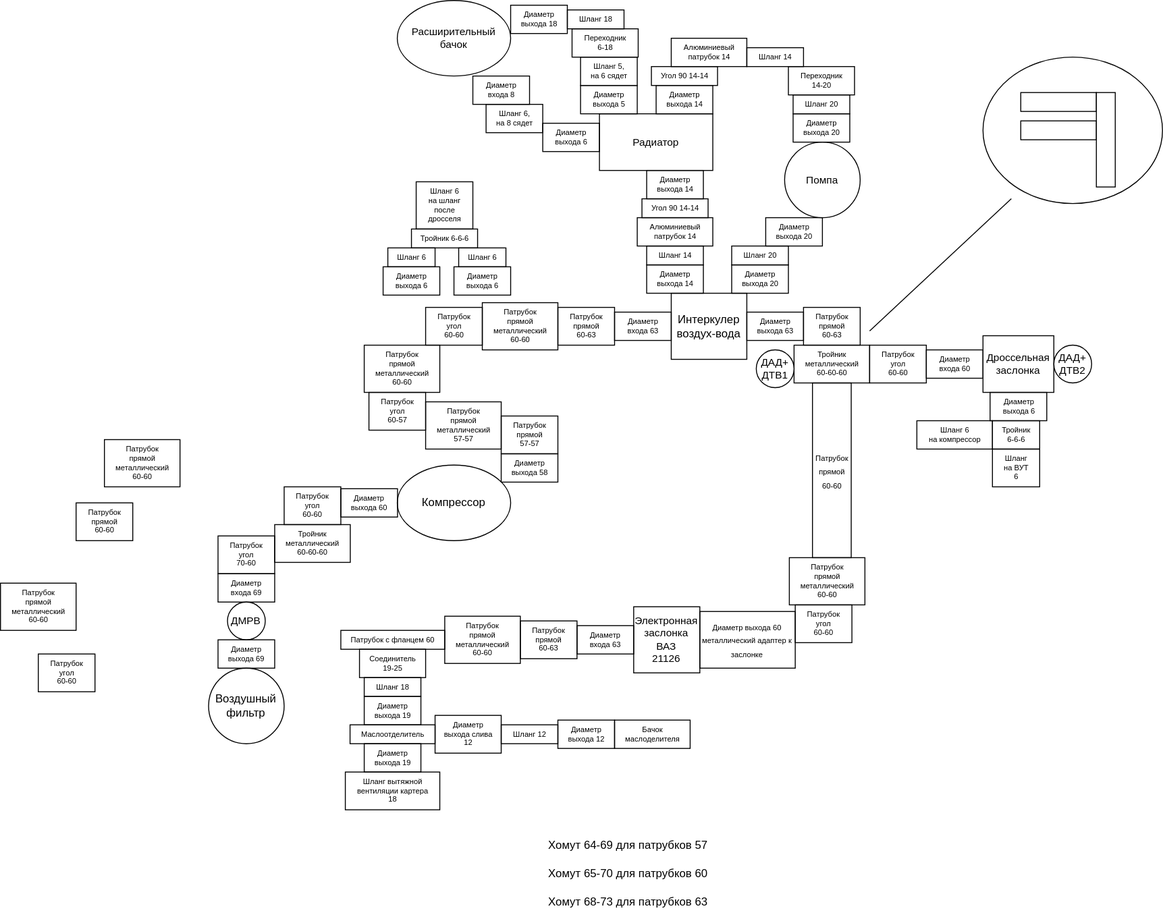
Earlier version of the draw.io export pipes_scheme.drawio.svg (kak-tus/compressor). Source tidied: cells renumbered, new cells last; positions are measured from the earlier drawing's top-left corner, leaving out a move shared by most shapes.
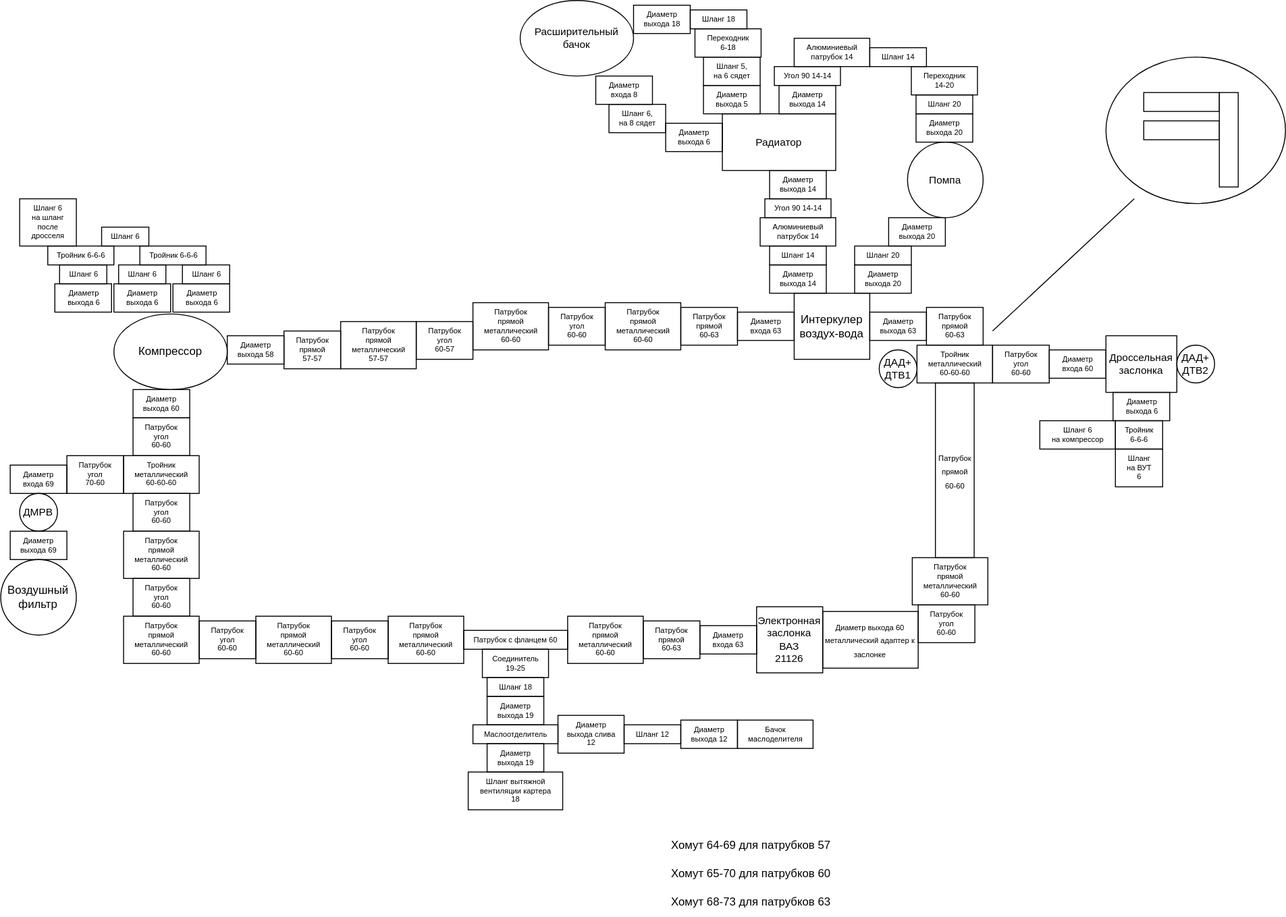
Later version of the same file.

Commit message:
Near to final pipes install.

The edit, as a diff of the source:
```diff
@@ -3,10 +3,10 @@
     <mxCell id="0" />
     <mxCell id="1" parent="0" />
     <mxCell id="2" value="Воздушный фильтр" style="ellipse;whiteSpace=wrap;html=1;" parent="1" vertex="1">
-      <mxGeometry x="220.2" y="707" width="80" height="80" as="geometry" />
+      <mxGeometry x="-129.8" y="592" width="80" height="80" as="geometry" />
     </mxCell>
     <mxCell id="3" value="Компрессор" style="ellipse;whiteSpace=wrap;html=1;" parent="1" vertex="1">
-      <mxGeometry x="420" y="492" width="120" height="80" as="geometry" />
+      <mxGeometry x="-10" y="332" width="120" height="80" as="geometry" />
     </mxCell>
     <mxCell id="4" value="Интеркулер&lt;br&gt;воздух-вода" style="rounded=0;whiteSpace=wrap;html=1;" parent="1" vertex="1">
       <mxGeometry x="710" y="310" width="80" height="70" as="geometry" />
@@ -30,7 +30,7 @@
       <mxGeometry x="830" y="150" width="80" height="80" as="geometry" />
     </mxCell>
     <mxCell id="11" value="ДМРВ" style="ellipse;whiteSpace=wrap;html=1;fontFamily=Helvetica;fontSize=11;fontColor=default;" parent="1" vertex="1">
-      <mxGeometry x="240.2" y="637" width="40" height="40" as="geometry" />
+      <mxGeometry x="-109.8" y="522" width="40" height="40" as="geometry" />
     </mxCell>
     <mxCell id="12" value="Диаметр&lt;br style=&quot;font-size: 8px;&quot;&gt;входа 63" style="text;html=1;align=center;verticalAlign=middle;strokeColor=default;fillColor=none;fontSize=8;" parent="1" vertex="1">
       <mxGeometry x="650" y="330" width="60" height="30" as="geometry" />
@@ -39,10 +39,10 @@
       <mxGeometry x="790" y="330" width="60" height="30" as="geometry" />
     </mxCell>
     <mxCell id="14" value="Диаметр&lt;br style=&quot;font-size: 8px;&quot;&gt;выхода 58" style="text;html=1;align=center;verticalAlign=middle;strokeColor=default;fillColor=none;fontSize=8;" parent="1" vertex="1">
-      <mxGeometry x="530" y="480" width="60" height="30" as="geometry" />
+      <mxGeometry x="110" y="355" width="60" height="30" as="geometry" />
     </mxCell>
     <mxCell id="15" value="Диаметр&lt;br style=&quot;font-size: 8px;&quot;&gt;входа 69" style="text;html=1;align=center;verticalAlign=middle;strokeColor=default;fillColor=none;fontSize=8;" parent="1" vertex="1">
-      <mxGeometry x="230.2" y="607" width="60" height="30" as="geometry" />
+      <mxGeometry x="-119.8" y="492" width="60" height="30" as="geometry" />
     </mxCell>
     <mxCell id="16" value="Диаметр&lt;br style=&quot;font-size: 8px;&quot;&gt;входа 60" style="text;html=1;align=center;verticalAlign=middle;strokeColor=default;fillColor=none;fontSize=8;" parent="1" vertex="1">
       <mxGeometry x="980" y="370" width="60" height="30" as="geometry" />
@@ -60,10 +60,10 @@
       <mxGeometry x="550.2" y="657" width="60" height="40" as="geometry" />
     </mxCell>
     <mxCell id="21" value="Тройник&lt;br&gt;металлический&lt;br&gt;60-60-60" style="text;html=1;align=center;verticalAlign=middle;strokeColor=default;fillColor=none;fontSize=8;" parent="1" vertex="1">
-      <mxGeometry x="290.2" y="555" width="80" height="40" as="geometry" />
+      <mxGeometry x="0.2" y="482" width="80" height="40" as="geometry" />
     </mxCell>
     <mxCell id="22" value="Диаметр&lt;br style=&quot;font-size: 8px;&quot;&gt;выхода 69" style="text;html=1;align=center;verticalAlign=middle;strokeColor=default;fillColor=none;fontSize=8;" parent="1" vertex="1">
-      <mxGeometry x="230.2" y="677" width="60" height="30" as="geometry" />
+      <mxGeometry x="-119.8" y="562" width="60" height="30" as="geometry" />
     </mxCell>
     <mxCell id="23" value="Диаметр&lt;br style=&quot;font-size: 8px;&quot;&gt;входа 63" style="text;html=1;align=center;verticalAlign=middle;strokeColor=default;fillColor=none;fontSize=8;" parent="1" vertex="1">
       <mxGeometry x="610.2" y="662" width="60" height="30" as="geometry" />
@@ -126,16 +126,16 @@
       <mxGeometry x="514" y="110" width="60" height="30" as="geometry" />
     </mxCell>
     <mxCell id="43" value="Шланг 6" style="text;html=1;align=center;verticalAlign=middle;strokeColor=default;fillColor=none;fontSize=8;" parent="1" vertex="1">
-      <mxGeometry x="410" y="262" width="50" height="20" as="geometry" />
+      <mxGeometry x="-5" y="280" width="50" height="20" as="geometry" />
     </mxCell>
     <mxCell id="44" value="Шланг 6" style="text;html=1;align=center;verticalAlign=middle;strokeColor=default;fillColor=none;fontSize=8;" parent="1" vertex="1">
-      <mxGeometry x="485" y="262" width="50" height="20" as="geometry" />
+      <mxGeometry x="62.5" y="280" width="50" height="20" as="geometry" />
     </mxCell>
     <mxCell id="45" value="Тройник 6-6-6" style="text;html=1;align=center;verticalAlign=middle;strokeColor=default;fillColor=none;fontSize=8;" parent="1" vertex="1">
-      <mxGeometry x="435" y="242" width="70" height="20" as="geometry" />
+      <mxGeometry x="17.5" y="260" width="70" height="20" as="geometry" />
     </mxCell>
     <mxCell id="46" value="Шланг 6&lt;br&gt;на шланг&lt;br&gt;после&amp;nbsp;&lt;br&gt;дросселя" style="text;html=1;align=center;verticalAlign=middle;strokeColor=default;fillColor=none;fontSize=8;" parent="1" vertex="1">
-      <mxGeometry x="440" y="192" width="60" height="50" as="geometry" />
+      <mxGeometry x="-109.8" y="210" width="60" height="50" as="geometry" />
     </mxCell>
     <mxCell id="47" value="Шланг&lt;br&gt;на ВУТ&lt;br&gt;6" style="text;html=1;align=center;verticalAlign=middle;strokeColor=default;fillColor=none;fontSize=8;" parent="1" vertex="1">
       <mxGeometry x="1050" y="475" width="50" height="40" as="geometry" />
@@ -150,10 +150,10 @@
       <mxGeometry x="1050" y="445" width="50" height="30" as="geometry" />
     </mxCell>
     <mxCell id="51" value="Патрубок&lt;br&gt;угол&lt;br style=&quot;border-color: var(--border-color);&quot;&gt;70-60" style="text;html=1;align=center;verticalAlign=middle;strokeColor=default;fillColor=none;fontSize=8;" parent="1" vertex="1">
-      <mxGeometry x="230.2" y="567" width="60" height="40" as="geometry" />
+      <mxGeometry x="-59.8" y="482" width="60" height="40" as="geometry" />
     </mxCell>
     <mxCell id="52" value="Диаметр&lt;br style=&quot;font-size: 8px;&quot;&gt;выхода 60" style="text;html=1;align=center;verticalAlign=middle;strokeColor=default;fillColor=none;fontSize=8;" parent="1" vertex="1">
-      <mxGeometry x="360.2" y="517" width="60" height="30" as="geometry" />
+      <mxGeometry x="10.2" y="412" width="60" height="30" as="geometry" />
     </mxCell>
     <mxCell id="53" value="Угол 90 14-14" style="text;html=1;align=center;verticalAlign=middle;strokeColor=default;fillColor=none;fontSize=8;" parent="1" vertex="1">
       <mxGeometry x="679" y="210" width="70" height="20" as="geometry" />
@@ -177,10 +177,10 @@
       <mxGeometry x="850" y="325" width="60" height="40" as="geometry" />
     </mxCell>
     <mxCell id="60" value="Диаметр&lt;br style=&quot;font-size: 8px;&quot;&gt;выхода 6" style="text;html=1;align=center;verticalAlign=middle;strokeColor=default;fillColor=none;fontSize=8;" parent="1" vertex="1">
-      <mxGeometry x="405" y="282" width="60" height="30" as="geometry" />
+      <mxGeometry x="-10" y="300" width="60" height="30" as="geometry" />
     </mxCell>
     <mxCell id="61" value="Диаметр&lt;br style=&quot;font-size: 8px;&quot;&gt;выхода 6" style="text;html=1;align=center;verticalAlign=middle;strokeColor=default;fillColor=none;fontSize=8;" parent="1" vertex="1">
-      <mxGeometry x="480" y="282" width="60" height="30" as="geometry" />
+      <mxGeometry x="52.5" y="300" width="60" height="30" as="geometry" />
     </mxCell>
     <mxCell id="62" value="Патрубок&lt;br&gt;угол&lt;br&gt;60-60" style="text;html=1;align=center;verticalAlign=middle;strokeColor=default;fillColor=none;fontSize=8;" parent="1" vertex="1">
       <mxGeometry x="920" y="365" width="60" height="40" as="geometry" />
@@ -218,30 +218,18 @@
     <mxCell id="73" value="Патрубок&lt;br&gt;прямой&lt;br&gt;металлический&lt;br&gt;60-60" style="text;html=1;align=center;verticalAlign=middle;strokeColor=default;fillColor=none;fontSize=8;" parent="1" vertex="1">
       <mxGeometry x="510" y="320" width="80" height="50" as="geometry" />
     </mxCell>
-    <mxCell id="74" value="Патрубок&lt;br&gt;угол&lt;br&gt;60-60" style="text;html=1;align=center;verticalAlign=middle;strokeColor=default;fillColor=none;fontSize=8;" parent="1" vertex="1">
-      <mxGeometry x="40" y="692" width="60" height="40" as="geometry" />
-    </mxCell>
     <mxCell id="75" value="Патрубок&lt;br&gt;угол&lt;br&gt;60-57" style="text;html=1;align=center;verticalAlign=middle;strokeColor=default;fillColor=none;fontSize=8;" parent="1" vertex="1">
-      <mxGeometry x="390" y="415" width="60" height="40" as="geometry" />
+      <mxGeometry x="310" y="340" width="60" height="40" as="geometry" />
     </mxCell>
     <mxCell id="76" value="Патрубок&lt;br&gt;прямой&lt;br&gt;металлический&lt;br&gt;60-60" style="text;html=1;align=center;verticalAlign=middle;strokeColor=default;fillColor=none;fontSize=8;" parent="1" vertex="1">
-      <mxGeometry x="385" y="365" width="80" height="50" as="geometry" />
+      <mxGeometry x="370" y="320" width="80" height="50" as="geometry" />
     </mxCell>
     <mxCell id="77" value="Патрубок&lt;br&gt;угол&lt;br&gt;60-60" style="text;html=1;align=center;verticalAlign=middle;strokeColor=default;fillColor=none;fontSize=8;" parent="1" vertex="1">
       <mxGeometry x="450" y="325" width="60" height="40" as="geometry" />
     </mxCell>
     <mxCell id="78" value="Патрубок&lt;br&gt;угол&lt;br&gt;60-60" style="text;html=1;align=center;verticalAlign=middle;strokeColor=default;fillColor=none;fontSize=8;" parent="1" vertex="1">
-      <mxGeometry x="300.2" y="515" width="60" height="40" as="geometry" />
+      <mxGeometry x="10.2" y="442" width="60" height="40" as="geometry" />
     </mxCell>
-    <mxCell id="79" value="Патрубок&lt;br&gt;прямой&lt;br&gt;металлический&lt;br&gt;60-60" style="text;html=1;align=center;verticalAlign=middle;strokeColor=default;fillColor=none;fontSize=8;" parent="1" vertex="1">
-      <mxGeometry y="617" width="80" height="50" as="geometry" />
-    </mxCell>
-    <mxCell id="80" value="Патрубок&lt;br&gt;прямой&lt;br style=&quot;border-color: var(--border-color);&quot;&gt;60-60" style="text;html=1;align=center;verticalAlign=middle;strokeColor=default;fillColor=none;fontSize=8;" parent="1" vertex="1">
-      <mxGeometry x="80" y="532" width="60" height="40" as="geometry" />
-    </mxCell>
-    <mxCell id="81" value="Патрубок&lt;br&gt;прямой&lt;br&gt;металлический&lt;br&gt;60-60" style="text;html=1;align=center;verticalAlign=middle;strokeColor=default;fillColor=none;fontSize=8;" parent="1" vertex="1">
-      <mxGeometry x="110" y="465" width="80" height="50" as="geometry" />
-    </mxCell>
     <mxCell id="82" style="group;" parent="1" vertex="1">
       <mxGeometry x="1040" y="60" width="190" height="155" as="geometry" />
     </mxCell>
@@ -282,13 +270,49 @@
       <mxGeometry x="569" y="940" width="190" height="30" as="geometry" />
     </mxCell>
     <mxCell id="94" value="Патрубок&lt;br&gt;прямой&lt;br&gt;металлический&lt;br&gt;57-57" style="text;html=1;align=center;verticalAlign=middle;strokeColor=default;fillColor=none;fontSize=8;" parent="1" vertex="1">
-      <mxGeometry x="450" y="425" width="80" height="50" as="geometry" />
+      <mxGeometry x="230" y="340" width="80" height="50" as="geometry" />
     </mxCell>
     <mxCell id="95" value="Патрубок&lt;br&gt;прямой&lt;br&gt;57-57" style="text;html=1;align=center;verticalAlign=middle;strokeColor=default;fillColor=none;fontSize=8;" parent="1" vertex="1">
-      <mxGeometry x="530" y="440" width="60" height="40" as="geometry" />
+      <mxGeometry x="170" y="350" width="60" height="40" as="geometry" />
     </mxCell>
     <mxCell id="96" value="Хомут 64-69 для патрубков 57" style="text;html=1;align=center;verticalAlign=middle;strokeColor=none;fillColor=none;" parent="1" vertex="1">
       <mxGeometry x="569" y="880" width="190" height="30" as="geometry" />
     </mxCell>
+    <mxCell id="97" value="Патрубок&lt;br&gt;прямой&lt;br&gt;металлический&lt;br&gt;60-60" style="text;html=1;align=center;verticalAlign=middle;strokeColor=default;fillColor=none;fontSize=8;" parent="1" vertex="1">
+      <mxGeometry x="280.2" y="652" width="80" height="50" as="geometry" />
+    </mxCell>
+    <mxCell id="98" value="Патрубок&lt;br&gt;угол&lt;br&gt;60-60" style="text;html=1;align=center;verticalAlign=middle;strokeColor=default;fillColor=none;fontSize=8;" parent="1" vertex="1">
+      <mxGeometry x="220.2" y="657" width="60" height="40" as="geometry" />
+    </mxCell>
+    <mxCell id="99" value="Патрубок&lt;br&gt;прямой&lt;br&gt;металлический&lt;br&gt;60-60" style="text;html=1;align=center;verticalAlign=middle;strokeColor=default;fillColor=none;fontSize=8;" parent="1" vertex="1">
+      <mxGeometry x="140.2" y="652" width="80" height="50" as="geometry" />
+    </mxCell>
+    <mxCell id="100" value="Патрубок&lt;br&gt;угол&lt;br&gt;60-60" style="text;html=1;align=center;verticalAlign=middle;strokeColor=default;fillColor=none;fontSize=8;" parent="1" vertex="1">
+      <mxGeometry x="80.2" y="657" width="60" height="40" as="geometry" />
+    </mxCell>
+    <mxCell id="101" value="Патрубок&lt;br&gt;прямой&lt;br&gt;металлический&lt;br&gt;60-60" style="text;html=1;align=center;verticalAlign=middle;strokeColor=default;fillColor=none;fontSize=8;" parent="1" vertex="1">
+      <mxGeometry x="0.2" y="652" width="80" height="50" as="geometry" />
+    </mxCell>
+    <mxCell id="102" value="Патрубок&lt;br&gt;угол&lt;br&gt;60-60" style="text;html=1;align=center;verticalAlign=middle;strokeColor=default;fillColor=none;fontSize=8;" parent="1" vertex="1">
+      <mxGeometry x="10.2" y="612" width="60" height="40" as="geometry" />
+    </mxCell>
+    <mxCell id="103" value="Патрубок&lt;br&gt;прямой&lt;br&gt;металлический&lt;br&gt;60-60" style="text;html=1;align=center;verticalAlign=middle;strokeColor=default;fillColor=none;fontSize=8;" parent="1" vertex="1">
+      <mxGeometry x="0.2" y="562" width="80" height="50" as="geometry" />
+    </mxCell>
+    <mxCell id="104" value="Патрубок&lt;br&gt;угол&lt;br&gt;60-60" style="text;html=1;align=center;verticalAlign=middle;strokeColor=default;fillColor=none;fontSize=8;" parent="1" vertex="1">
+      <mxGeometry x="10.2" y="522" width="60" height="40" as="geometry" />
+    </mxCell>
+    <mxCell id="105" value="Диаметр&lt;br style=&quot;font-size: 8px;&quot;&gt;выхода 6" style="text;html=1;align=center;verticalAlign=middle;strokeColor=default;fillColor=none;fontSize=8;" parent="1" vertex="1">
+      <mxGeometry x="-72.5" y="300" width="60" height="30" as="geometry" />
+    </mxCell>
+    <mxCell id="106" value="Шланг 6" style="text;html=1;align=center;verticalAlign=middle;strokeColor=default;fillColor=none;fontSize=8;" parent="1" vertex="1">
+      <mxGeometry x="-67.5" y="280" width="50" height="20" as="geometry" />
+    </mxCell>
+    <mxCell id="107" value="Тройник 6-6-6" style="text;html=1;align=center;verticalAlign=middle;strokeColor=default;fillColor=none;fontSize=8;" parent="1" vertex="1">
+      <mxGeometry x="-80" y="260" width="70" height="20" as="geometry" />
+    </mxCell>
+    <mxCell id="108" value="Шланг 6" style="text;html=1;align=center;verticalAlign=middle;strokeColor=default;fillColor=none;fontSize=8;" parent="1" vertex="1">
+      <mxGeometry x="-23" y="240" width="50" height="20" as="geometry" />
+    </mxCell>
   </root>
 </mxGraphModel>
```
